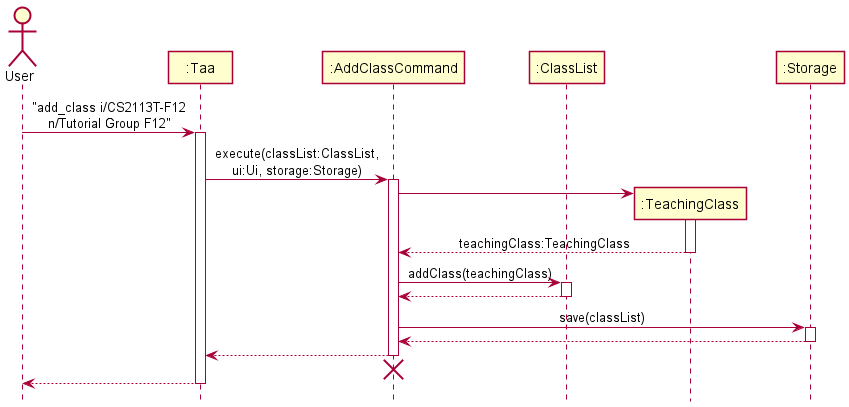
Above: docs/diagrams/sequence/AddClassSequenceDiagram.png in nus-cs2113-AY2122S1/tp (PlantUML), before the change. Source of this version:
```plantuml
@startuml
!include style.puml

Actor User as user
Participant ":Taa" as taa
Participant ":AddClassCommand" as addClassCommand
Participant ":ClassList" as classList
Participant ":TeachingClass" as teachingClass
Participant ":Storage" as storage

user -> taa : "add_class i/CS2113T-F12\nn/Tutorial Group F12"
activate taa

taa -> addClassCommand : execute(classList:ClassList,\nui:Ui, storage:Storage)
activate addClassCommand

create teachingClass
addClassCommand -> teachingClass
activate teachingClass
teachingClass --> addClassCommand : teachingClass:TeachingClass
deactivate teachingClass

addClassCommand -> classList : addClass(teachingClass)
activate classList
classList --> addClassCommand
deactivate classList

addClassCommand -> storage : save(classList)
activate storage
storage --> addClassCommand
deactivate storage

addClassCommand --> taa
deactivate addClassCommand
taa -[hidden]-> addClassCommand
destroy addClassCommand

taa --> user
deactivate taa

@enduml
```
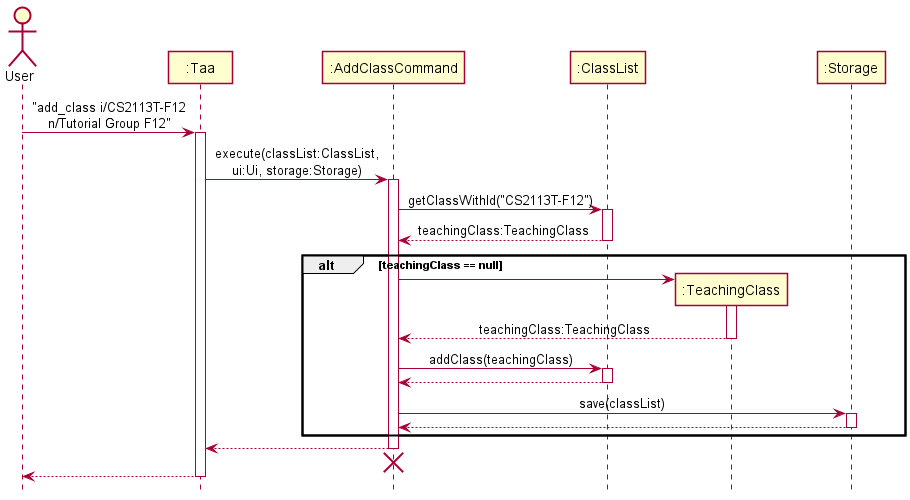
After the change.

What changed in the source:
```diff
@@ -1,5 +1,5 @@
 @startuml
-!include style.puml
+!include SequenceStyle.puml
 
 Actor User as user
 Participant ":Taa" as taa
@@ -14,6 +14,12 @@
 taa -> addClassCommand : execute(classList:ClassList,\nui:Ui, storage:Storage)
 activate addClassCommand
 
+addClassCommand -> classList : getClassWithId("CS2113T-F12")
+activate classList
+classList --> addClassCommand : teachingClass:TeachingClass
+deactivate classList
+
+alt teachingClass == null
 create teachingClass
 addClassCommand -> teachingClass
 activate teachingClass
@@ -29,6 +35,7 @@
 activate storage
 storage --> addClassCommand
 deactivate storage
+end
 
 addClassCommand --> taa
 deactivate addClassCommand
```
